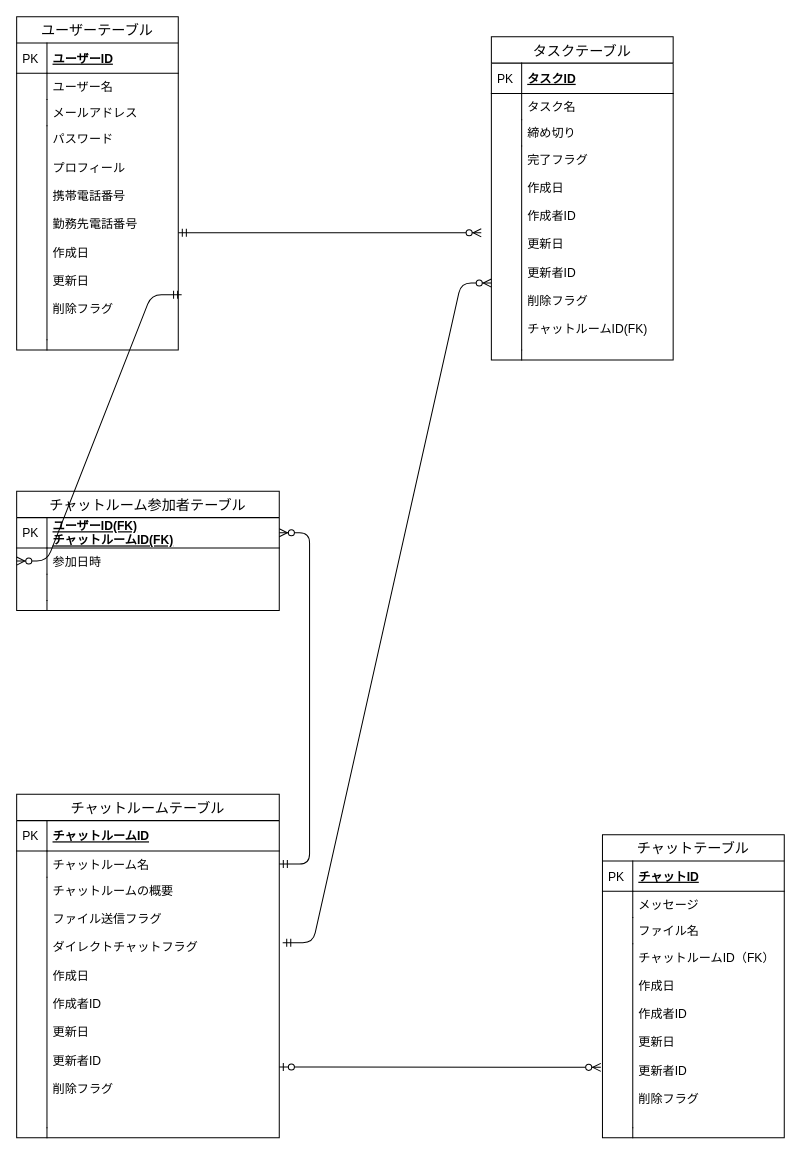
Above: db/db-challenge1/challenge.dio in shootaa/quelcode-db (draw.io), before the change. Source tidied: cells renumbered, new cells numbered last; positions are measured from the earlier drawing's top-left corner, leaving out a move shared by most shapes. Both pictures are drawn from the tidied source at 101%, with x=0, y=0 at pixel (16, 16).
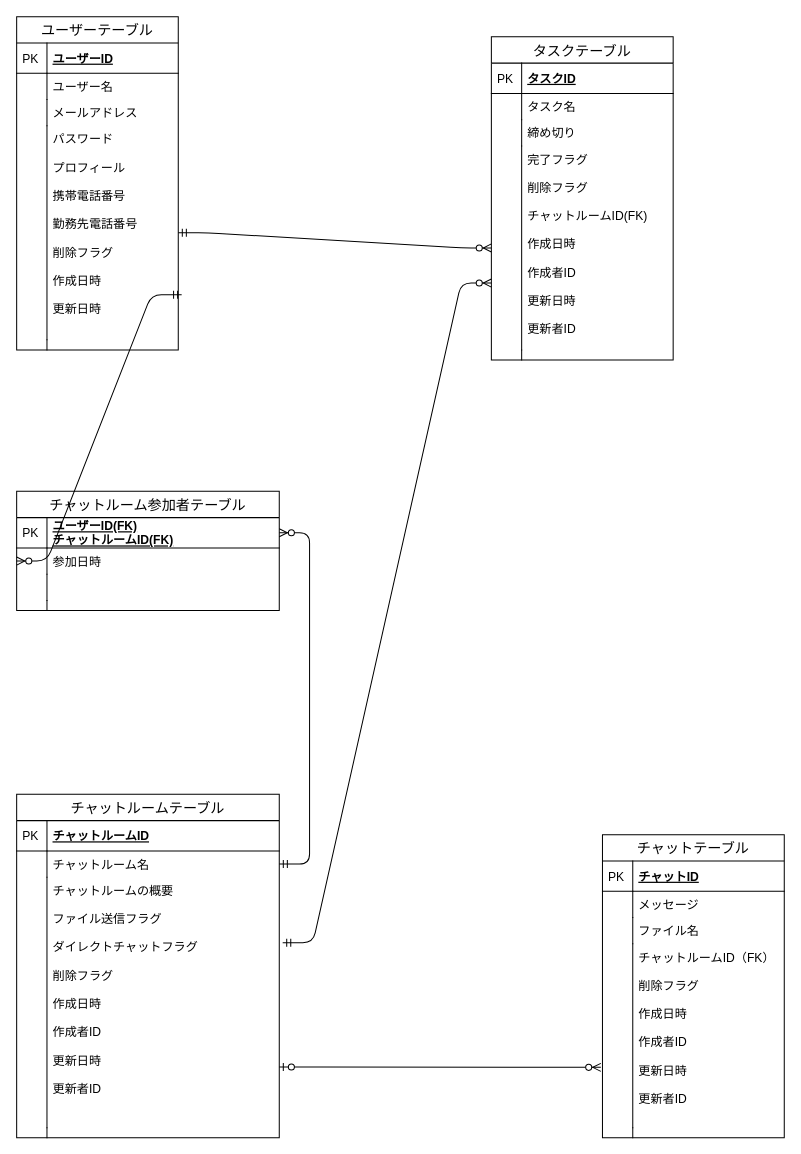
The same page after the edit.

The change refers to these unchanged cells:
```xml
<mxCell id="2" value="ユーザーテーブル" style="swimlane;fontStyle=0;horizontal=1;startSize=26;align=center;fontSize=14;" parent="1" vertex="1">
  <mxGeometry width="160" height="330" as="geometry" />
</mxCell>
<mxCell id="13" value="タスクテーブル" style="swimlane;fontStyle=0;horizontal=1;startSize=26;align=center;fontSize=14;" parent="1" vertex="1">
  <mxGeometry x="470" y="20" width="180" height="320" as="geometry" />
</mxCell>
<mxCell id="33" value="チャットルームテーブル" style="swimlane;fontStyle=0;horizontal=1;startSize=26;align=center;fontSize=14;" parent="1" vertex="1">
  <mxGeometry y="770" width="260" height="340" as="geometry" />
</mxCell>
<mxCell id="42" value="チャットテーブル" style="swimlane;fontStyle=0;horizontal=1;startSize=26;align=center;fontSize=14;" parent="1" vertex="1">
  <mxGeometry x="580" y="810" width="180" height="300" as="geometry" />
</mxCell>
```

Diff of the diagram source:
```diff
@@
-    <mxCell id="9" value="パスワード&#10;&#10;プロフィール&#10;&#10;携帯電話番号&#10;&#10;勤務先電話番号&#10;&#10;作成日&#10;&#10;更新日&#10;&#10;削除フラグ" style="shape=partialRectangle;top=0;left=0;right=0;bottom=0;align=left;verticalAlign=top;fillColor=none;spacingLeft=34;spacingRight=4;overflow=hidden;points=[[0,0.5],[1,0.5]];portConstraint=eastwest;fontSize=12;" parent="2" vertex="1">
+    <mxCell id="9" value="パスワード&#10;&#10;プロフィール&#10;&#10;携帯電話番号&#10;&#10;勤務先電話番号&#10;&#10;削除フラグ&#10;&#10;作成日時&#10;&#10;更新日時&#10;&#10;" style="shape=partialRectangle;top=0;left=0;right=0;bottom=0;align=left;verticalAlign=top;fillColor=none;spacingLeft=34;spacingRight=4;overflow=hidden;points=[[0,0.5],[1,0.5]];portConstraint=eastwest;fontSize=12;" parent="2" vertex="1">
       <mxGeometry y="108" width="160" height="212" as="geometry" />
     </mxCell>
@@
-    <mxCell id="20" value="完了フラグ&#10;&#10;作成日&#10;&#10;作成者ID&#10;&#10;更新日&#10;&#10;更新者ID&#10;&#10;削除フラグ&#10;&#10;チャットルームID(FK)" style="shape=partialRectangle;top=0;left=0;right=0;bottom=0;align=left;verticalAlign=top;fillColor=none;spacingLeft=34;spacingRight=4;overflow=hidden;points=[[0,0.5],[1,0.5]];portConstraint=eastwest;fontSize=12;" parent="13" vertex="1">
+    <mxCell id="20" value="完了フラグ&#10;&#10;削除フラグ&#10;&#10;チャットルームID(FK)&#10;&#10;作成日時&#10;&#10;作成者ID&#10;&#10;更新日時&#10;&#10;更新者ID&#10;&#10;" style="shape=partialRectangle;top=0;left=0;right=0;bottom=0;align=left;verticalAlign=top;fillColor=none;spacingLeft=34;spacingRight=4;overflow=hidden;points=[[0,0.5],[1,0.5]];portConstraint=eastwest;fontSize=12;" parent="13" vertex="1">
       <mxGeometry y="108" width="180" height="202" as="geometry" />
     </mxCell>
@@
-    <mxCell id="38" value="チャットルームの概要&#10;&#10;ファイル送信フラグ&#10;&#10;ダイレクトチャットフラグ&#10;&#10;作成日&#10;&#10;作成者ID&#10;&#10;更新日&#10;&#10;更新者ID&#10;&#10;削除フラグ" style="shape=partialRectangle;top=0;left=0;right=0;bottom=0;align=left;verticalAlign=top;fillColor=none;spacingLeft=34;spacingRight=4;overflow=hidden;points=[[0,0.5],[1,0.5]];portConstraint=eastwest;fontSize=12;" parent="33" vertex="1">
+    <mxCell id="38" value="チャットルームの概要&#10;&#10;ファイル送信フラグ&#10;&#10;ダイレクトチャットフラグ&#10;&#10;削除フラグ&#10;&#10;作成日時&#10;&#10;作成者ID&#10;&#10;更新日時&#10;&#10;更新者ID&#10;&#10;" style="shape=partialRectangle;top=0;left=0;right=0;bottom=0;align=left;verticalAlign=top;fillColor=none;spacingLeft=34;spacingRight=4;overflow=hidden;points=[[0,0.5],[1,0.5]];portConstraint=eastwest;fontSize=12;" parent="33" vertex="1">
       <mxGeometry y="82" width="260" height="248" as="geometry" />
     </mxCell>
@@
-    <mxCell id="49" value="チャットルームID（FK）&#10;&#10;作成日&#10;&#10;作成者ID&#10;&#10;更新日&#10;&#10;更新者ID&#10;&#10;削除フラグ" style="shape=partialRectangle;top=0;left=0;right=0;bottom=0;align=left;verticalAlign=top;fillColor=none;spacingLeft=34;spacingRight=4;overflow=hidden;points=[[0,0.5],[1,0.5]];portConstraint=eastwest;fontSize=12;" parent="42" vertex="1">
+    <mxCell id="49" value="チャットルームID（FK）&#10;&#10;削除フラグ&#10;&#10;作成日時&#10;&#10;作成者ID&#10;&#10;更新日時&#10;&#10;更新者ID&#10;" style="shape=partialRectangle;top=0;left=0;right=0;bottom=0;align=left;verticalAlign=top;fillColor=none;spacingLeft=34;spacingRight=4;overflow=hidden;points=[[0,0.5],[1,0.5]];portConstraint=eastwest;fontSize=12;" parent="42" vertex="1">
       <mxGeometry y="108" width="180" height="182" as="geometry" />
     </mxCell>
@@
-    <mxCell id="55" style="edgeStyle=entityRelationEdgeStyle;fontSize=12;html=1;endArrow=ERzeroToMany;startArrow=ERmandOne;" parent="1" edge="1" source="9">
-      <mxGeometry relative="1" as="geometry">
-        <mxPoint x="460" y="214" as="targetPoint" />
-      </mxGeometry>
+    <mxCell id="55" style="edgeStyle=entityRelationEdgeStyle;fontSize=12;html=1;endArrow=ERzeroToMany;startArrow=ERmandOne;entryX=0;entryY=0.5;entryDx=0;entryDy=0;" parent="1" edge="1" source="9" target="20">
+      <mxGeometry relative="1" as="geometry" />
     </mxCell>
```
